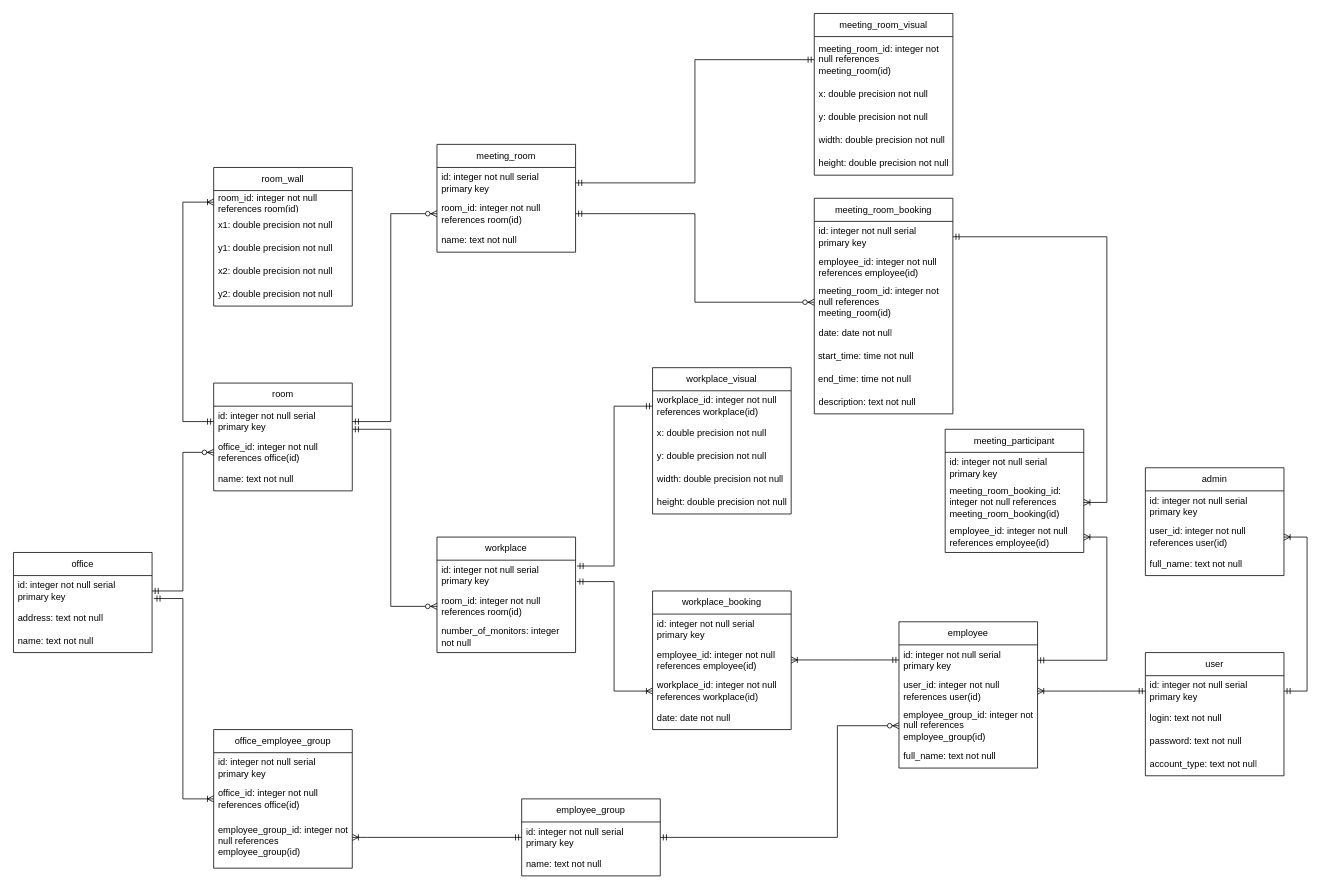
sultanowskii/workspace-booking keeps this draw.io diagram as models/data.drawio. Above is the earlier version. Source tidied: cells renumbered, new cells numbered last; positions are measured from the earlier drawing's top-left corner, leaving out a move shared by most shapes. Both pictures are drawn from the tidied source at 77%, with x=0, y=0 at pixel (13, 13).
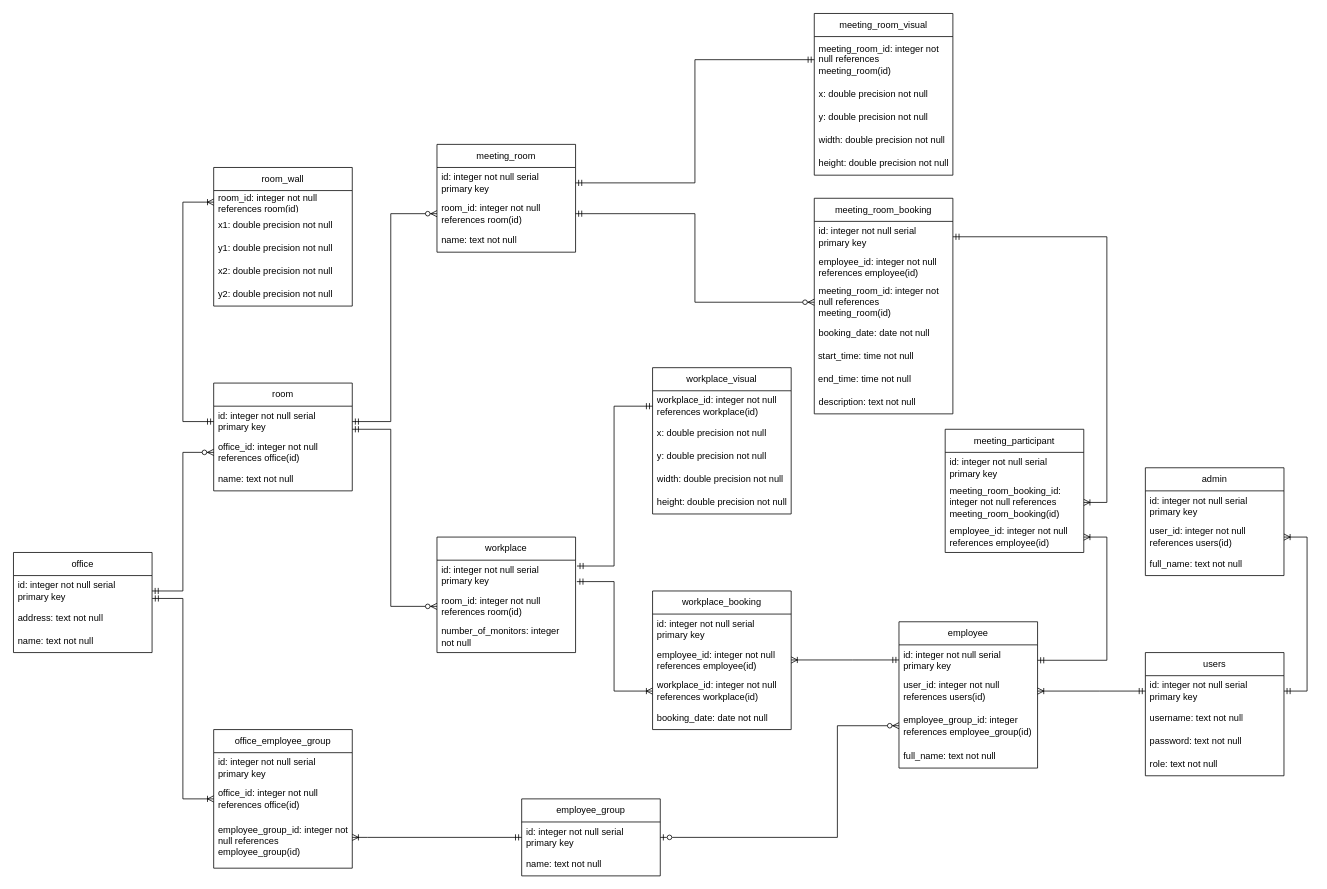
Above is the later version.

The change refers to these unchanged cells:
```xml
<mxCell id="3" value="id: integer not null serial primary key" style="text;strokeColor=none;fillColor=none;align=left;verticalAlign=middle;spacingLeft=4;spacingRight=4;overflow=hidden;points=[[0,0.5],[1,0.5]];portConstraint=eastwest;whiteSpace=wrap;html=1;" parent="2" vertex="1">
  <mxGeometry y="30" width="180" height="40" as="geometry" />
</mxCell>
<mxCell id="14" value="employee" style="swimlane;fontStyle=0;horizontal=1;startSize=30;whiteSpace=wrap;html=1;" parent="1" vertex="1">
  <mxGeometry x="1150" y="790" width="180" height="190" as="geometry" />
</mxCell>
<mxCell id="20" value="id: integer not null serial primary key" style="text;strokeColor=none;fillColor=none;align=left;verticalAlign=middle;spacingLeft=4;spacingRight=4;overflow=hidden;points=[[0,0.5],[1,0.5]];portConstraint=eastwest;whiteSpace=wrap;html=1;" parent="19" vertex="1">
  <mxGeometry y="30" width="180" height="40" as="geometry" />
</mxCell>
<mxCell id="24" value="office_id: integer not null references office(id)" style="text;strokeColor=none;fillColor=none;align=left;verticalAlign=middle;spacingLeft=4;spacingRight=4;overflow=hidden;points=[[0,0.5],[1,0.5]];portConstraint=eastwest;whiteSpace=wrap;html=1;" parent="22" vertex="1">
  <mxGeometry y="70" width="180" height="40" as="geometry" />
</mxCell>
<mxCell id="26" value="workplace_booking" style="swimlane;fontStyle=0;horizontal=1;startSize=30;whiteSpace=wrap;html=1;" parent="1" vertex="1">
  <mxGeometry x="830" y="750" width="180" height="180" as="geometry" />
</mxCell>
<mxCell id="31" value="meeting_room_booking" style="swimlane;fontStyle=0;horizontal=1;startSize=30;whiteSpace=wrap;html=1;" parent="1" vertex="1">
  <mxGeometry x="1040" y="240" width="180" height="280" as="geometry" />
</mxCell>
<mxCell id="44" value="admin" style="swimlane;fontStyle=0;horizontal=1;startSize=30;whiteSpace=wrap;html=1;" parent="1" vertex="1">
  <mxGeometry x="1470" y="590" width="180" height="140" as="geometry" />
</mxCell>
```

Change to the diagram source:
```diff
@@
-    <mxCell id="16" value="user_id: integer not null references user(id)" style="text;strokeColor=none;fillColor=none;align=left;verticalAlign=middle;spacingLeft=4;spacingRight=4;overflow=hidden;whiteSpace=wrap;html=1;" parent="14" vertex="1">
+    <mxCell id="16" value="user_id: integer not null references users(id)" style="text;strokeColor=none;fillColor=none;align=left;verticalAlign=middle;spacingLeft=4;spacingRight=4;overflow=hidden;whiteSpace=wrap;html=1;" parent="14" vertex="1">
       <mxGeometry y="70" width="180" height="40" as="geometry" />
     </mxCell>
-    <mxCell id="17" value="employee_group_id: integer not null references employee_group(id)" style="text;strokeColor=none;fillColor=none;align=left;verticalAlign=middle;spacingLeft=4;spacingRight=4;overflow=hidden;points=[[0,0.5],[1,0.5]];portConstraint=eastwest;whiteSpace=wrap;html=1;" parent="14" vertex="1">
+    <mxCell id="17" value="employee_group_id: integer references employee_group(id)" style="text;strokeColor=none;fillColor=none;align=left;verticalAlign=middle;spacingLeft=4;spacingRight=4;overflow=hidden;points=[[0,0.5],[1,0.5]];portConstraint=eastwest;whiteSpace=wrap;html=1;" parent="14" vertex="1">
       <mxGeometry y="110" width="180" height="50" as="geometry" />
     </mxCell>
@@
-    <mxCell id="30" value="date: date not null" style="text;strokeColor=none;fillColor=none;align=left;verticalAlign=middle;spacingLeft=4;spacingRight=4;overflow=hidden;whiteSpace=wrap;html=1;" parent="26" vertex="1">
+    <mxCell id="30" value="booking_date: date not null" style="text;strokeColor=none;fillColor=none;align=left;verticalAlign=middle;spacingLeft=4;spacingRight=4;overflow=hidden;whiteSpace=wrap;html=1;" parent="26" vertex="1">
       <mxGeometry y="150" width="180" height="30" as="geometry" />
     </mxCell>
@@
-    <mxCell id="35" value="date: date not null" style="text;strokeColor=none;fillColor=none;align=left;verticalAlign=middle;spacingLeft=4;spacingRight=4;overflow=hidden;whiteSpace=wrap;html=1;" parent="31" vertex="1">
+    <mxCell id="35" value="booking_date: date not null" style="text;strokeColor=none;fillColor=none;align=left;verticalAlign=middle;spacingLeft=4;spacingRight=4;overflow=hidden;whiteSpace=wrap;html=1;" parent="31" vertex="1">
       <mxGeometry y="160" width="180" height="30" as="geometry" />
     </mxCell>
@@
-    <mxCell id="39" value="user" style="swimlane;fontStyle=0;horizontal=1;startSize=30;whiteSpace=wrap;html=1;" parent="1" vertex="1">
+    <mxCell id="39" value="users" style="swimlane;fontStyle=0;horizontal=1;startSize=30;whiteSpace=wrap;html=1;" parent="1" vertex="1">
       <mxGeometry x="1470" y="830" width="180" height="160" as="geometry" />
     </mxCell>
@@
-    <mxCell id="41" value="login: text not null" style="text;strokeColor=none;fillColor=none;align=left;verticalAlign=middle;spacingLeft=4;spacingRight=4;overflow=hidden;whiteSpace=wrap;html=1;" parent="39" vertex="1">
+    <mxCell id="41" value="username: text not null" style="text;strokeColor=none;fillColor=none;align=left;verticalAlign=middle;spacingLeft=4;spacingRight=4;overflow=hidden;whiteSpace=wrap;html=1;" parent="39" vertex="1">
       <mxGeometry y="70" width="180" height="30" as="geometry" />
     </mxCell>
@@
-    <mxCell id="43" value="account_type: text not null" style="text;strokeColor=none;fillColor=none;align=left;verticalAlign=middle;spacingLeft=4;spacingRight=4;overflow=hidden;whiteSpace=wrap;html=1;" parent="39" vertex="1">
+    <mxCell id="43" value="role: text not null" style="text;strokeColor=none;fillColor=none;align=left;verticalAlign=middle;spacingLeft=4;spacingRight=4;overflow=hidden;whiteSpace=wrap;html=1;" parent="39" vertex="1">
       <mxGeometry y="130" width="180" height="30" as="geometry" />
     </mxCell>
@@
-    <mxCell id="46" value="user_id: integer not null references user(id)" style="text;strokeColor=none;fillColor=none;align=left;verticalAlign=middle;spacingLeft=4;spacingRight=4;overflow=hidden;points=[[0,0.5],[1,0.5]];portConstraint=eastwest;whiteSpace=wrap;html=1;" parent="44" vertex="1">
+    <mxCell id="46" value="user_id: integer not null references users(id)" style="text;strokeColor=none;fillColor=none;align=left;verticalAlign=middle;spacingLeft=4;spacingRight=4;overflow=hidden;points=[[0,0.5],[1,0.5]];portConstraint=eastwest;whiteSpace=wrap;html=1;" parent="44" vertex="1">
       <mxGeometry y="70" width="180" height="40" as="geometry" />
     </mxCell>
@@
-    <mxCell id="83" style="edgeStyle=orthogonalEdgeStyle;fontSize=12;html=1;endArrow=ERzeroToMany;startArrow=ERmandOne;rounded=0;entryX=0;entryY=0.5;entryDx=0;entryDy=0;exitX=1;exitY=0.5;exitDx=0;exitDy=0;" parent="1" edge="1" source="20" target="17">
+    <mxCell id="83" style="edgeStyle=orthogonalEdgeStyle;fontSize=12;html=1;endArrow=ERzeroToMany;startArrow=ERzeroToOne;rounded=0;entryX=0;entryY=0.5;entryDx=0;entryDy=0;exitX=1;exitY=0.5;exitDx=0;exitDy=0;startFill=0;" parent="1" edge="1" source="20" target="17">
       <mxGeometry relative="1" as="geometry">
         <Array as="points">
           <mxPoint x="1070" y="1070" />
           <mxPoint x="1070" y="925" />
         </Array>
       </mxGeometry>
     </mxCell>
@@
-    <mxCell id="85" style="edgeStyle=orthogonalEdgeStyle;fontSize=12;html=1;endArrow=ERoneToMany;startArrow=ERmandOne;rounded=0;entryX=0;entryY=0.5;entryDx=0;entryDy=0;exitX=1.013;exitY=0.746;exitDx=0;exitDy=0;exitPerimeter=0;" parent="1" edge="1" source="3" target="24">
+    <mxCell id="85" style="edgeStyle=orthogonalEdgeStyle;fontSize=12;html=1;endArrow=ERoneToMany;startArrow=ERmandOne;rounded=0;entryX=0;entryY=0.5;entryDx=0;entryDy=0;exitX=1.001;exitY=0.743;exitDx=0;exitDy=0;exitPerimeter=0;" parent="1" edge="1" source="3" target="24">
       <mxGeometry relative="1" as="geometry" />
     </mxCell>
```
